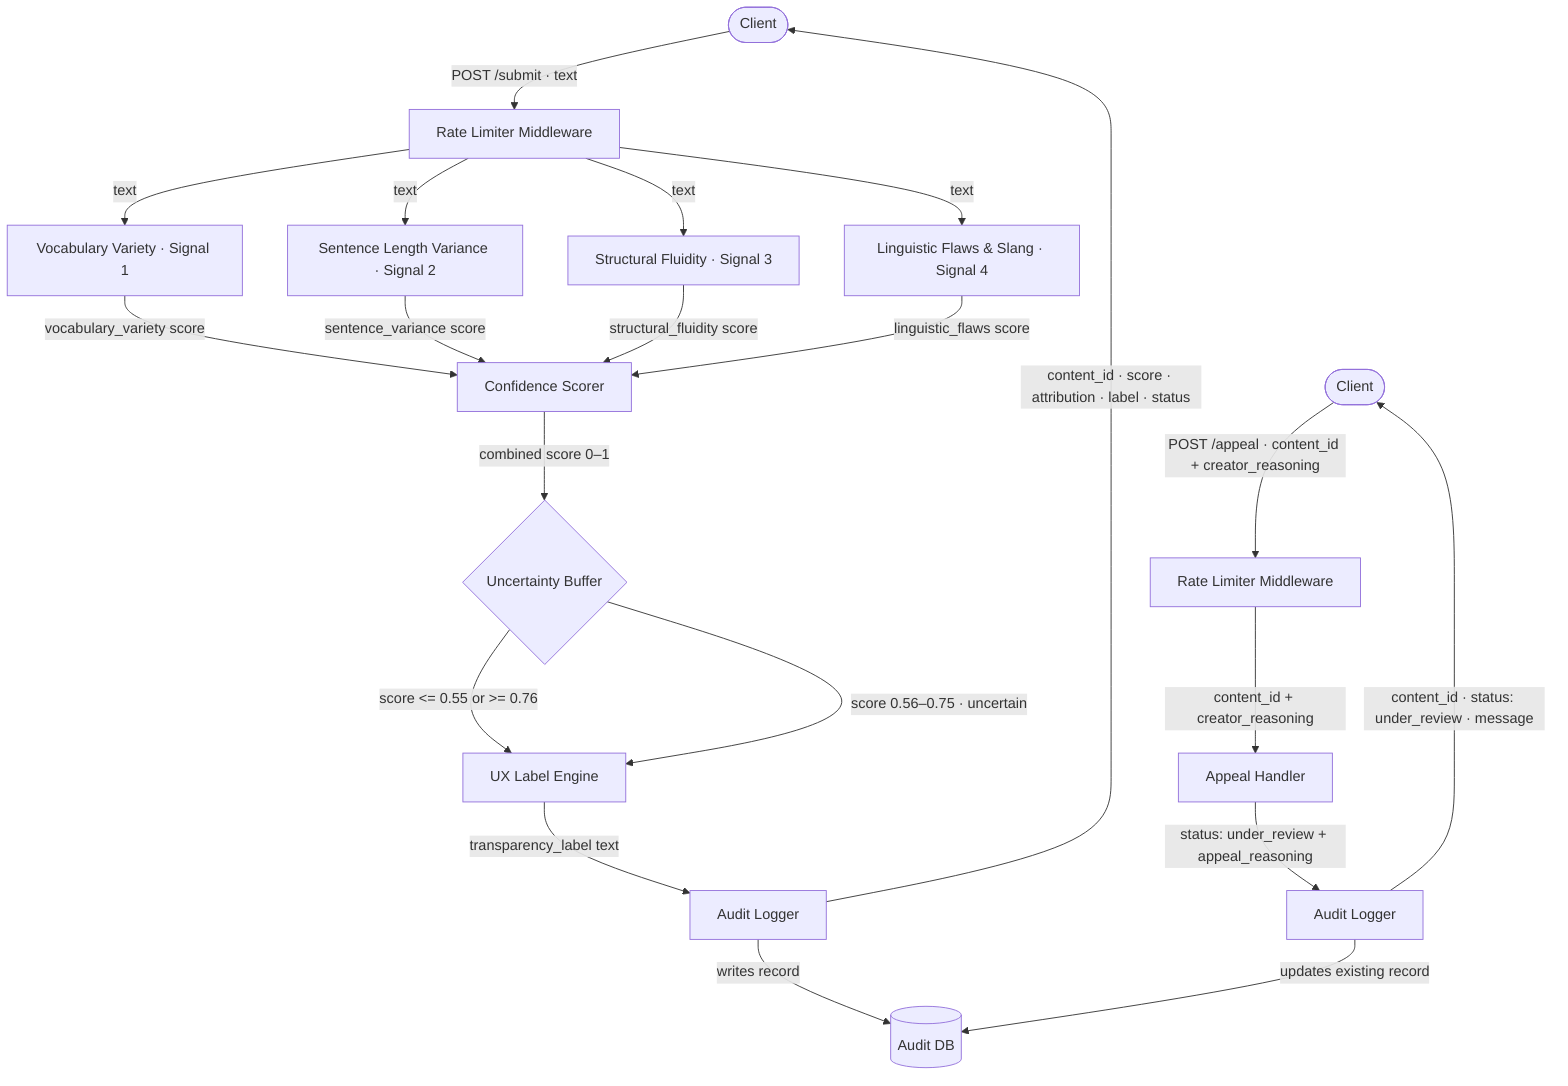
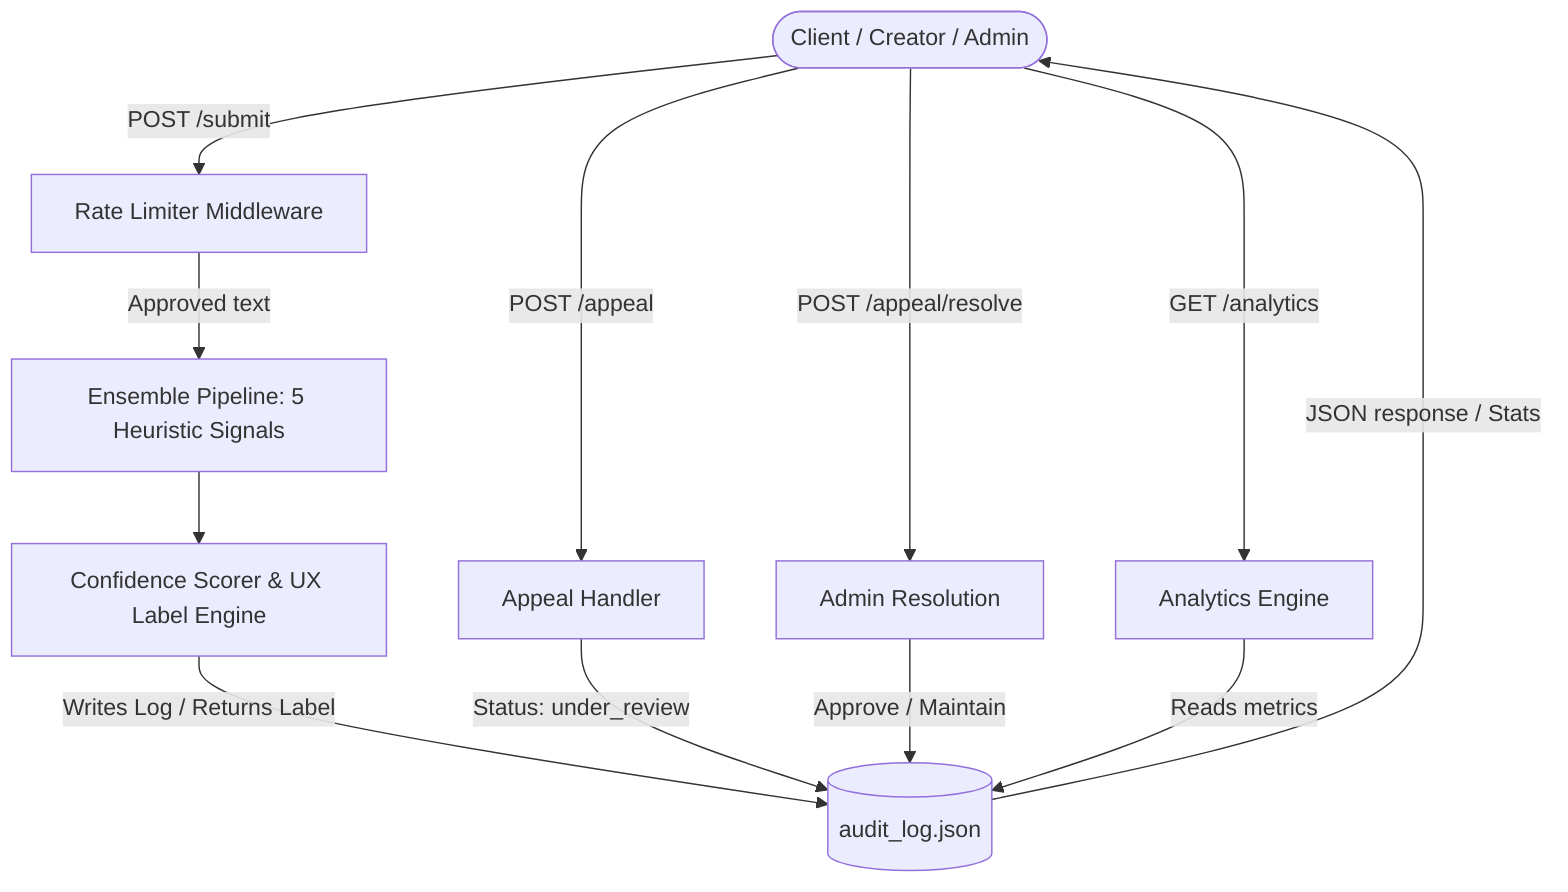
flowchart TD
-     A([Client]) -->|POST /submit · text| B[Rate Limiter Middleware]
-     B -->|text| C[Vocabulary Variety · Signal 1]
-     B -->|text| D[Sentence Length Variance · Signal 2]
-     B -->|text| E[Structural Fluidity · Signal 3]
-     B -->|text| F[Linguistic Flaws & Slang · Signal 4]
+     %% USER/ADMIN INTERACTIONS
+     Client([Client / Creator / Admin])

-     C -->|vocabulary_variety score| G[Confidence Scorer]
-     D -->|sentence_variance score| G
-     E -->|structural_fluidity score| G
-     F -->|linguistic_flaws score| G
+     %% API ENDPOINTS
+     Client -->|POST /submit| RateLimiter[Rate Limiter Middleware]
+     Client -->|POST /appeal| Appeal[Appeal Handler]
+     Client -->|POST /appeal/resolve| AdminResolve[Admin Resolution]
+     Client -->|GET /analytics| Analytics[Analytics Engine]

-     G -->|combined score 0–1| H{Uncertainty Buffer}
-     H -->|score <= 0.55 or >= 0.76| I[UX Label Engine]
-     H -->|score 0.56–0.75 · uncertain| I
+     %% BACKEND LOGIC
+     RateLimiter -->|Approved text| Pipeline[Ensemble Pipeline: 5 Heuristic Signals]
+     Pipeline --> Scorer[Confidence Scorer & UX Label Engine]

-     I -->|transparency_label text| J[Audit Logger]
-     J -->|writes record| K[(Audit DB)]
-     J -->|content_id · score · attribution · label · status| A
+     %% PERSISTENT DATABASE AND LOGGING
+     Scorer -->|Writes Log / Returns Label| LogDB[(audit_log.json)]
+     Appeal -->|Status: under_review| LogDB
+     AdminResolve -->|Approve / Maintain| LogDB
+     Analytics -->|Reads metrics| LogDB

-     A2([Client]) -->|POST /appeal · content_id + creator_reasoning| L[Rate Limiter Middleware]
-     L -->|content_id + creator_reasoning| M[Appeal Handler]
-     M -->|status: under_review + appeal_reasoning| N[Audit Logger]
-     N -->|updates existing record| K
-     N -->|content_id · status: under_review · message| A2+     %% RETURN TO CLIENT
+     LogDB -->|JSON response / Stats| Client